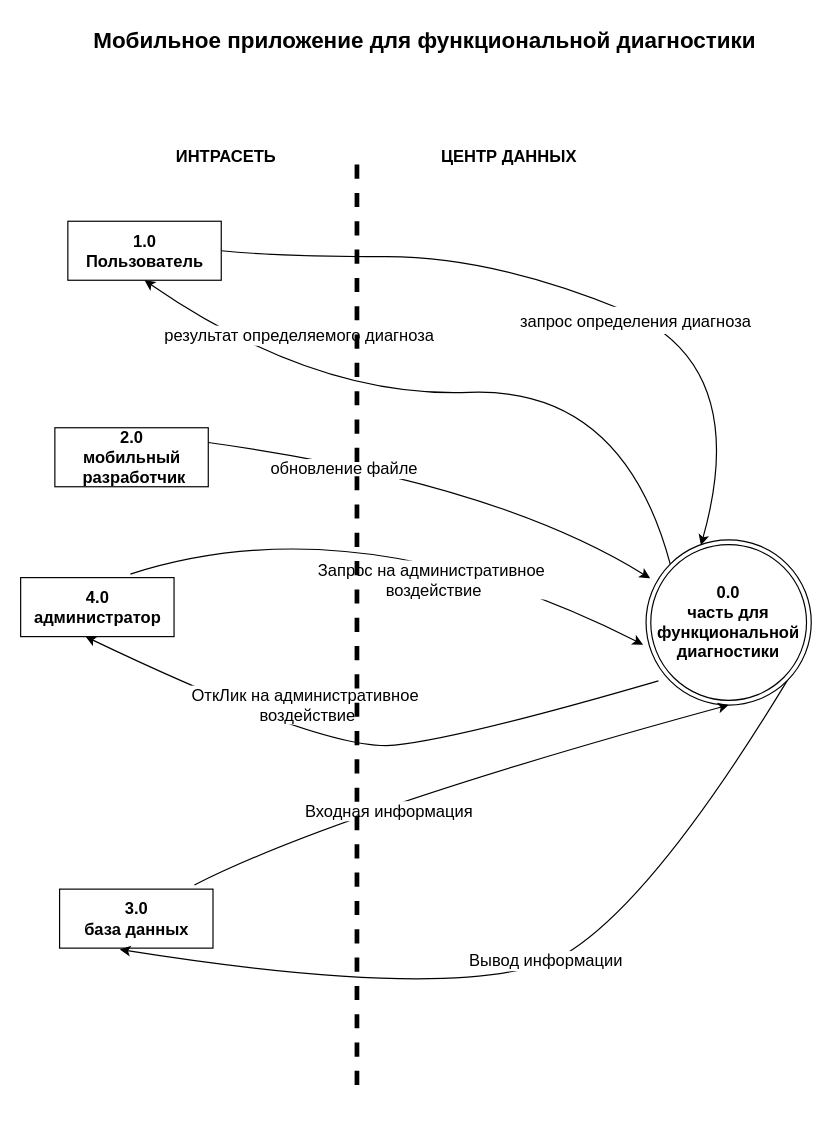
Before: DFD.drawio in oussamanech/Git01, a draw.io diagram. Source tidied: cells renumbered, new cells numbered last; positions are measured from the earlier drawing's top-left corner, leaving out a move shared by most shapes. Both pictures are drawn from the tidied source at 118%, with x=0, y=0 at pixel (20, 20).
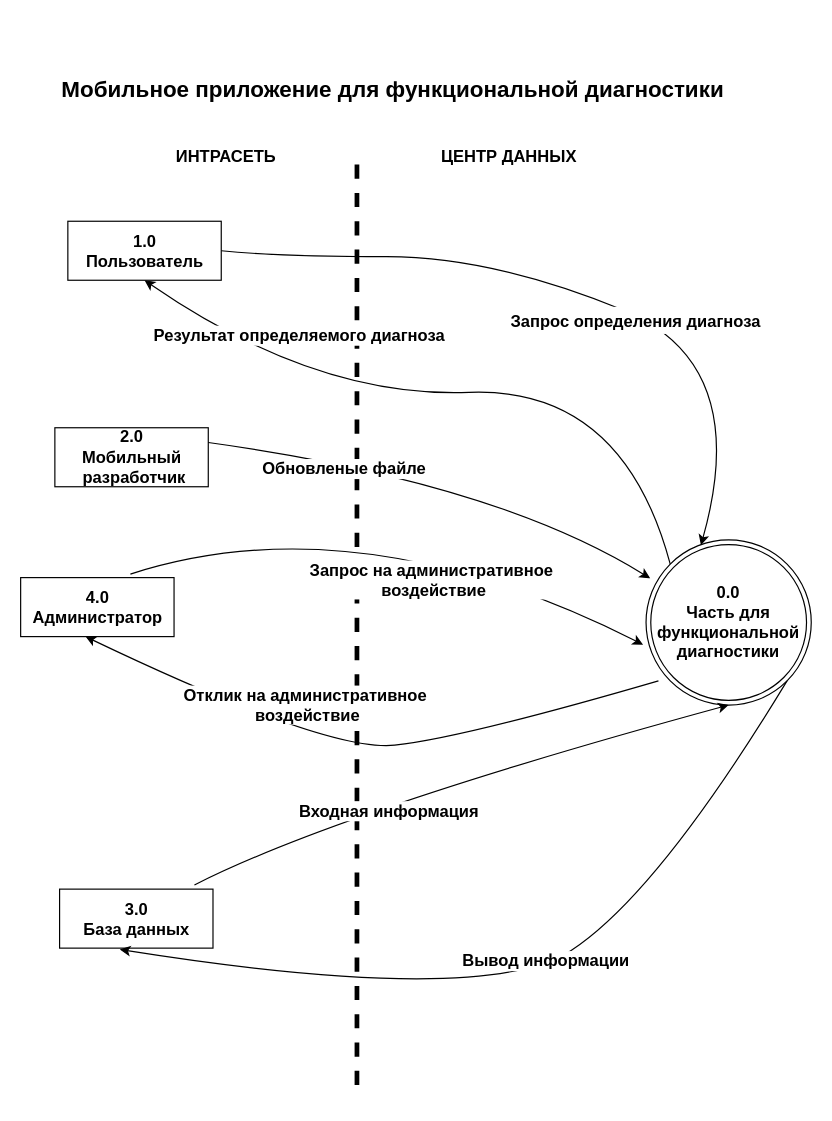
After the change.

Unchanged cells that the change refers to:
```xml
<mxCell id="10" style="curved=1;endArrow=classic;html=1;rounded=0;fontSize=19;entryX=0.332;entryY=0.032;entryDx=0;entryDy=0;entryPerimeter=0;exitX=1;exitY=0.5;exitDx=0;exitDy=0;" parent="1" edge="1" source="4" target="2">
  <mxGeometry relative="1" as="geometry">
    <Array as="points">
      <mxPoint x="220" y="200" />
      <mxPoint x="400" y="200" />
      <mxPoint x="620" y="290" />
    </Array>
  </mxGeometry>
</mxCell>
<mxCell id="12" style="curved=1;endArrow=classic;html=1;rounded=0;fontSize=19;exitX=0;exitY=0;exitDx=0;exitDy=0;entryX=0.5;entryY=1;entryDx=0;entryDy=0;" parent="1" edge="1" source="2" target="4">
  <mxGeometry relative="1" as="geometry">
    <Array as="points">
      <mxPoint x="510" y="310" />
      <mxPoint x="250" y="320" />
    </Array>
  </mxGeometry>
</mxCell>
<mxCell id="14" style="curved=1;endArrow=classic;html=1;rounded=0;fontSize=14;exitX=1;exitY=0.25;exitDx=0;exitDy=0;entryX=0.025;entryY=0.233;entryDx=0;entryDy=0;entryPerimeter=0;" parent="1" edge="1" source="7" target="2">
  <mxGeometry relative="1" as="geometry">
    <Array as="points">
      <mxPoint x="402" y="391" />
    </Array>
  </mxGeometry>
</mxCell>
<mxCell id="16" style="curved=1;endArrow=classic;html=1;rounded=0;fontSize=14;exitX=0.75;exitY=0;exitDx=0;exitDy=0;entryX=0.014;entryY=0.656;entryDx=0;entryDy=0;entryPerimeter=0;" parent="1" edge="1">
  <mxGeometry relative="1" as="geometry">
    <mxPoint x="93" y="469" as="sourcePoint" />
    <mxPoint x="527.5" y="528.8" as="targetPoint" />
    <Array as="points">
      <mxPoint x="286" y="407" />
    </Array>
  </mxGeometry>
</mxCell>
<mxCell id="18" style="curved=1;endArrow=classic;html=1;rounded=0;fontSize=14;exitX=0;exitY=1;exitDx=0;exitDy=0;entryX=0.5;entryY=1;entryDx=0;entryDy=0;" parent="1" edge="1">
  <mxGeometry relative="1" as="geometry">
    <mxPoint x="540.5" y="559.5" as="sourcePoint" />
    <mxPoint x="55" y="522" as="targetPoint" />
    <Array as="points">
      <mxPoint x="374" y="608" />
      <mxPoint x="260" y="620" />
    </Array>
  </mxGeometry>
</mxCell>
<mxCell id="20" style="curved=1;endArrow=classic;html=1;rounded=0;fontSize=14;exitX=0.879;exitY=-0.071;exitDx=0;exitDy=0;exitPerimeter=0;entryX=0.5;entryY=1;entryDx=0;entryDy=0;" parent="1" edge="1" source="9" target="2">
  <mxGeometry relative="1" as="geometry">
    <Array as="points">
      <mxPoint x="270" y="670" />
    </Array>
  </mxGeometry>
</mxCell>
<mxCell id="22" style="curved=1;endArrow=classic;html=1;rounded=0;fontSize=14;exitX=1;exitY=1;exitDx=0;exitDy=0;entryX=0.393;entryY=1.022;entryDx=0;entryDy=0;entryPerimeter=0;" parent="1" edge="1" source="2" target="9">
  <mxGeometry relative="1" as="geometry">
    <Array as="points">
      <mxPoint x="540" y="740" />
      <mxPoint x="393" y="836" />
    </Array>
  </mxGeometry>
</mxCell>
```

Diff of the diagram source:
```diff
@@
+    <mxCell id="24" style="endArrow=none;html=1;rounded=0;fontSize=12;dashed=1;strokeWidth=4;shadow=0;" parent="1" edge="1">
+      <mxGeometry relative="1" as="geometry">
+        <mxPoint x="285" y="122" as="sourcePoint" />
+        <mxPoint x="285" y="913" as="targetPoint" />
+      </mxGeometry>
+    </mxCell>
-    <mxCell id="2" value="0.0&lt;br&gt;часть для функциональной диагностики" style="ellipse;shape=doubleEllipse;whiteSpace=wrap;html=1;fontStyle=1;fontSize=14;" parent="1" vertex="1">
+    <mxCell id="2" value="0.0&lt;br&gt;Часть для функциональной диагностики" style="ellipse;shape=doubleEllipse;whiteSpace=wrap;html=1;fontStyle=1;fontSize=14;" parent="1" vertex="1">
       <mxGeometry x="530" y="440" width="140" height="140" as="geometry" />
     </mxCell>
@@
     <mxCell id="6" value="Мобильное приложение для функциональной диагностики" style="text;whiteSpace=wrap;html=1;fontSize=19;fontStyle=1;" parent="1" vertex="1">
-      <mxGeometry x="60" width="600" height="30" as="geometry" />
+      <mxGeometry x="33" y="41" width="600" height="30" as="geometry" />
     </mxCell>
-    <mxCell id="7" value="2.0&lt;br style=&quot;font-size: 14px;&quot;&gt;мобильный&lt;br&gt;&amp;nbsp;разработчик&lt;div style=&quot;display: none; font-size: 14px;&quot; id=&quot;SDCloudData&quot;&gt;&lt;/div&gt;" style="html=1;dashed=0;whitespace=wrap;fontStyle=1;fontSize=14;" parent="1" vertex="1">
+    <mxCell id="7" value="2.0&lt;br style=&quot;font-size: 14px;&quot;&gt;Мобильный&lt;br&gt;&amp;nbsp;разработчик&lt;div style=&quot;display: none; font-size: 14px;&quot; id=&quot;SDCloudData&quot;&gt;&lt;/div&gt;" style="html=1;dashed=0;whitespace=wrap;fontStyle=1;fontSize=14;" parent="1" vertex="1">
       <mxGeometry x="29" y="345" width="130" height="50" as="geometry" />
     </mxCell>
-    <mxCell id="8" value="4.0&lt;br style=&quot;font-size: 14px;&quot;&gt;администратор&lt;br&gt;&lt;div style=&quot;display: none; font-size: 14px;&quot; id=&quot;SDCloudData&quot;&gt;&lt;/div&gt;" style="html=1;dashed=0;whitespace=wrap;fontStyle=1;fontSize=14;" parent="1" vertex="1">
+    <mxCell id="8" value="4.0&lt;br style=&quot;font-size: 14px;&quot;&gt;Администратор&lt;br&gt;&lt;div style=&quot;display: none; font-size: 14px;&quot; id=&quot;SDCloudData&quot;&gt;&lt;/div&gt;" style="html=1;dashed=0;whitespace=wrap;fontStyle=1;fontSize=14;" parent="1" vertex="1">
       <mxGeometry y="472" width="130" height="50" as="geometry" />
     </mxCell>
-    <mxCell id="9" value="3.0&lt;br style=&quot;font-size: 14px;&quot;&gt;база данных&lt;br&gt;&lt;div style=&quot;display: none; font-size: 14px;&quot; id=&quot;SDCloudData&quot;&gt;&lt;/div&gt;" style="html=1;dashed=0;whitespace=wrap;fontStyle=1;fontSize=14;" parent="1" vertex="1">
+    <mxCell id="9" value="3.0&lt;br style=&quot;font-size: 14px;&quot;&gt;База данных&lt;br&gt;&lt;div style=&quot;display: none; font-size: 14px;&quot; id=&quot;SDCloudData&quot;&gt;&lt;/div&gt;" style="html=1;dashed=0;whitespace=wrap;fontStyle=1;fontSize=14;" parent="1" vertex="1">
       <mxGeometry x="33" y="736" width="130" height="50" as="geometry" />
     </mxCell>
@@
-    <mxCell id="11" value="&lt;font style=&quot;font-size: 14px;&quot;&gt;запрос определения диагноза&lt;/font&gt;" style="edgeLabel;html=1;align=center;verticalAlign=middle;fontSize=19;" parent="10" vertex="1">
+    <mxCell id="11" value="&lt;font style=&quot;font-size: 14px;&quot;&gt;Запрос определения диагноза&lt;/font&gt;" style="edgeLabel;html=1;align=center;verticalAlign=middle;fontSize=19;fontStyle=1;" parent="10" vertex="1">
       <mxGeometry x="0.24" y="-22" relative="1" as="geometry">
         <mxPoint x="-19" y="-27" as="offset" />
       </mxGeometry>
     </mxCell>
@@
-    <mxCell id="13" value="результат определяемого диагноза" style="edgeLabel;html=1;align=center;verticalAlign=middle;fontSize=14;" parent="12" vertex="1">
+    <mxCell id="13" value="Результат определяемого диагноза" style="edgeLabel;html=1;align=center;verticalAlign=middle;fontSize=14;fontStyle=1;" parent="12" vertex="1">
       <mxGeometry x="0.4" y="-17" relative="1" as="geometry">
         <mxPoint x="-15" y="-36" as="offset" />
       </mxGeometry>
     </mxCell>
@@
-    <mxCell id="15" value="обновление файле" style="edgeLabel;html=1;align=center;verticalAlign=middle;fontSize=14;" parent="14" vertex="1">
+    <mxCell id="15" value="Обновленые файле" style="edgeLabel;html=1;align=center;verticalAlign=middle;fontSize=14;fontStyle=1;" parent="14" vertex="1">
       <mxGeometry x="0.3" y="-18" relative="1" as="geometry">
         <mxPoint x="-131" y="-35" as="offset" />
       </mxGeometry>
     </mxCell>
@@
-    <mxCell id="17" value="Запрос на административное&lt;br&gt;&amp;nbsp;воздействие" style="edgeLabel;html=1;align=center;verticalAlign=middle;fontSize=14;" parent="16" vertex="1">
+    <mxCell id="17" value="Запрос на административное&lt;br&gt;&amp;nbsp;воздействие" style="edgeLabel;html=1;align=center;verticalAlign=middle;fontSize=14;fontStyle=1;" parent="16" vertex="1">
       <mxGeometry x="-0.31" y="-5" relative="1" as="geometry">
         <mxPoint x="98" y="50" as="offset" />
       </mxGeometry>
     </mxCell>
@@
-    <mxCell id="19" value="ОткЛик на административное&lt;br&gt;&amp;nbsp;воздействие" style="edgeLabel;html=1;align=center;verticalAlign=middle;fontSize=14;" parent="18" vertex="1">
+    <mxCell id="19" value="Отклик на административное&lt;br&gt;&amp;nbsp;воздействие" style="edgeLabel;html=1;align=center;verticalAlign=middle;fontSize=14;fontStyle=1;" parent="18" vertex="1">
       <mxGeometry x="0.27" y="-8" relative="1" as="geometry">
         <mxPoint x="12" y="-16" as="offset" />
       </mxGeometry>
     </mxCell>
@@
-    <mxCell id="21" value="Входная информация" style="edgeLabel;html=1;align=center;verticalAlign=middle;fontSize=14;" parent="20" vertex="1">
+    <mxCell id="21" value="Входная информация" style="edgeLabel;html=1;align=center;verticalAlign=middle;fontSize=14;fontStyle=1;" parent="20" vertex="1">
       <mxGeometry x="-0.26" y="-10" relative="1" as="geometry" />
     </mxCell>
@@
-    <mxCell id="23" value="Вывод информации" style="edgeLabel;html=1;align=center;verticalAlign=middle;fontSize=14;" parent="22" vertex="1">
+    <mxCell id="23" value="Вывод информации" style="edgeLabel;html=1;align=center;verticalAlign=middle;fontSize=14;fontStyle=1;" parent="22" vertex="1">
       <mxGeometry x="-0.08" y="-5" relative="1" as="geometry" />
     </mxCell>
-    <mxCell id="24" style="endArrow=none;html=1;rounded=0;fontSize=12;dashed=1;strokeWidth=4;" parent="1" edge="1">
-      <mxGeometry relative="1" as="geometry">
-        <mxPoint x="285" y="122" as="sourcePoint" />
-        <mxPoint x="285" y="913" as="targetPoint" />
-      </mxGeometry>
-    </mxCell>
```
